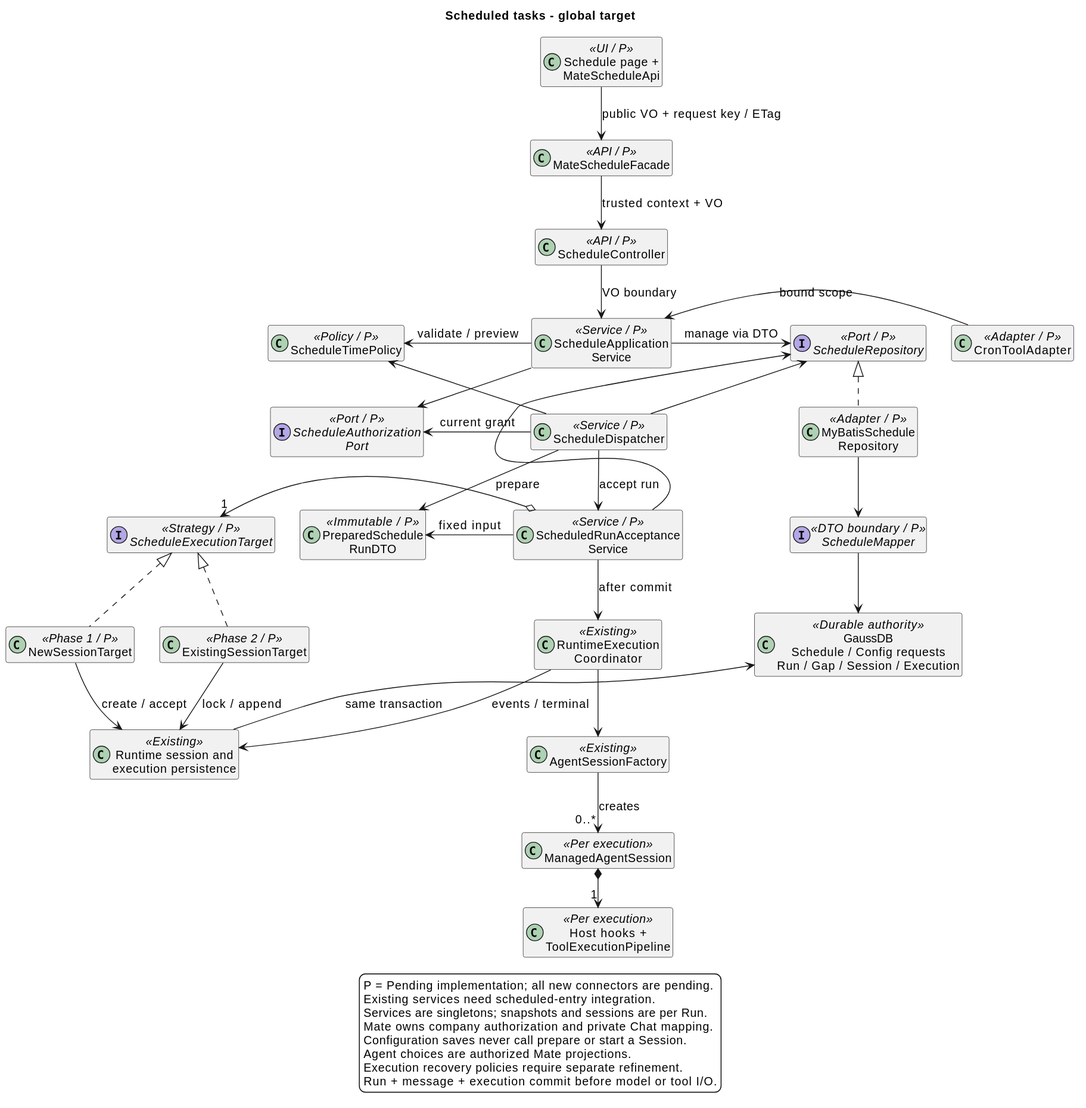
Earlier version of the PlantUML export 01-总体架构/08-CampusClaw定时任务/scheduled_task_architecture.svg (ssm0808/pi-mono-java-design).
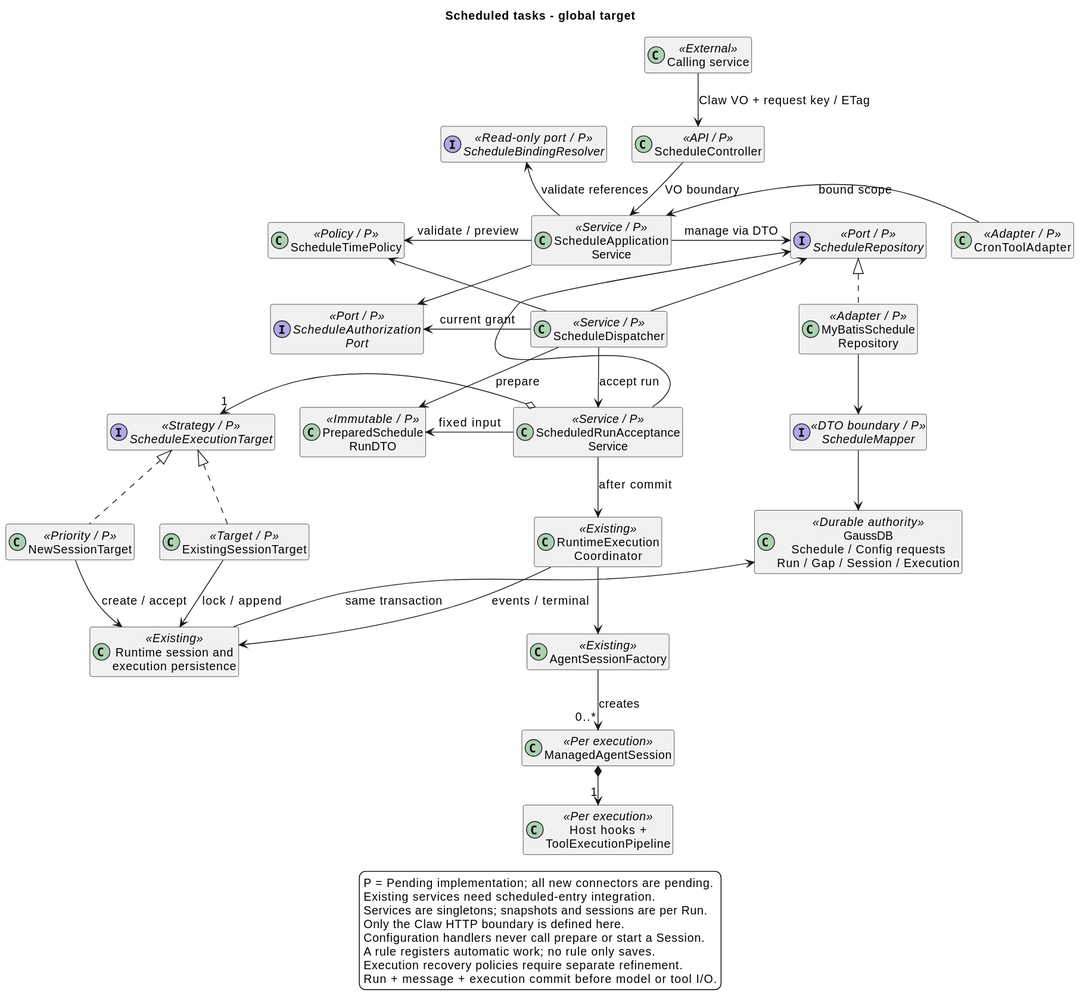
After the commit.

Commit message:
docs(schedule): clarify Spring cron and Claw configuration semantics

What changed in the source:
```diff
@@ -6,13 +6,13 @@
 skinparam nodesep 30
 skinparam ranksep 45
 hide empty members
-class "Schedule page +\nMateScheduleApi" as Browser <<UI / P>>
-class "MateScheduleFacade" as Mate <<API / P>>
+class "Calling service" as Caller <<External>>
 class "ScheduleController" as Api <<API / P>>
 class "CronToolAdapter" as Tool <<Adapter / P>>
 class "ScheduleApplication\nService" as App <<Service / P>>
 class "ScheduleDispatcher" as Dispatch <<Service / P>>
 interface "ScheduleAuthorization\nPort" as Auth <<Port / P>>
+interface "ScheduleBindingResolver" as Binding <<Read-only port / P>>
 class "ScheduleTimePolicy" as Time <<Policy / P>>
 class "PreparedSchedule\nRunDTO" as Snapshot <<Immutable / P>>
 interface "ScheduleRepository" as Repo <<Port / P>>
@@ -21,15 +21,14 @@
 class "GaussDB\nSchedule / Config requests\nRun / Gap / Session / Execution" as Db <<Durable authority>>
 class "ScheduledRunAcceptance\nService" as Accept <<Service / P>>
 interface "ScheduleExecutionTarget" as Target <<Strategy / P>>
-class "NewSessionTarget" as New <<Phase 1 / P>>
-class "ExistingSessionTarget" as Existing <<Phase 2 / P>>
+class "NewSessionTarget" as New <<Priority / P>>
+class "ExistingSessionTarget" as Existing <<Target / P>>
 class "Runtime session and\nexecution persistence" as Persist <<Existing>>
 class "RuntimeExecution\nCoordinator" as Coordinator <<Existing>>
 class "AgentSessionFactory" as Factory <<Existing>>
 class "ManagedAgentSession" as Session <<Per execution>>
 class "Host hooks +\nToolExecutionPipeline" as Pipeline <<Per execution>>
-Browser -down-> Mate : public VO + request key / ETag
-Mate -down-> Api : trusted context + VO
+Caller -down-> Api : Claw VO + request key / ETag
 Api -down-> App : VO boundary
 Tool -left-> App : bound scope
 App -down[hidden]-> Dispatch
@@ -38,6 +37,7 @@
 App -left-> Time : validate / preview
 App -right-> Repo : manage via DTO
 App -[norank]-> Auth
+App -up-> Binding : validate references
 Dispatch -down-> Accept : accept run
 Dispatch -left-> Auth : current grant
 Dispatch -[norank]-> Time
@@ -63,9 +63,9 @@
   P = Pending implementation; all new connectors are pending.
   Existing services need scheduled-entry integration.
   Services are singletons; snapshots and sessions are per Run.
-  Mate owns company authorization and private Chat mapping.
-  Configuration saves never call prepare or start a Session.
-  Agent choices are authorized Mate projections.
+  Only the Claw HTTP boundary is defined here.
+  Configuration handlers never call prepare or start a Session.
+  A rule registers automatic work; no rule only saves.
   Execution recovery policies require separate refinement.
   Run + message + execution commit before model or tool I/O.
 endlegend
```
